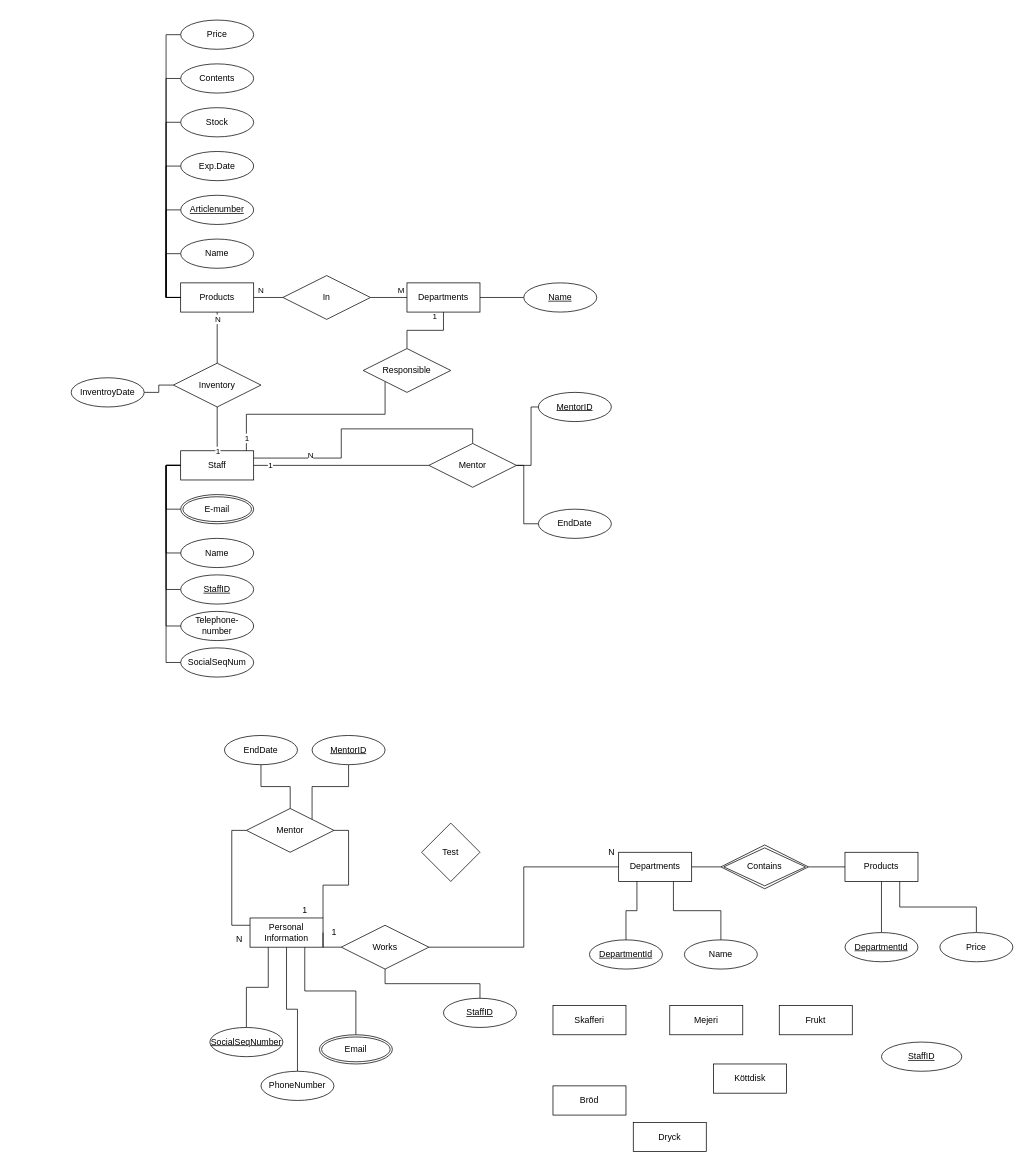
A-Lord/G5ERDIAG keeps this draw.io diagram as sojas.drawio. Above is the earlier version. Source tidied: cells renumbered, new cells numbered last; positions are measured from the earlier drawing's top-left corner, leaving out a move shared by most shapes. Both pictures are drawn from the tidied source at 73%, with x=0, y=0 at pixel (71, 20).
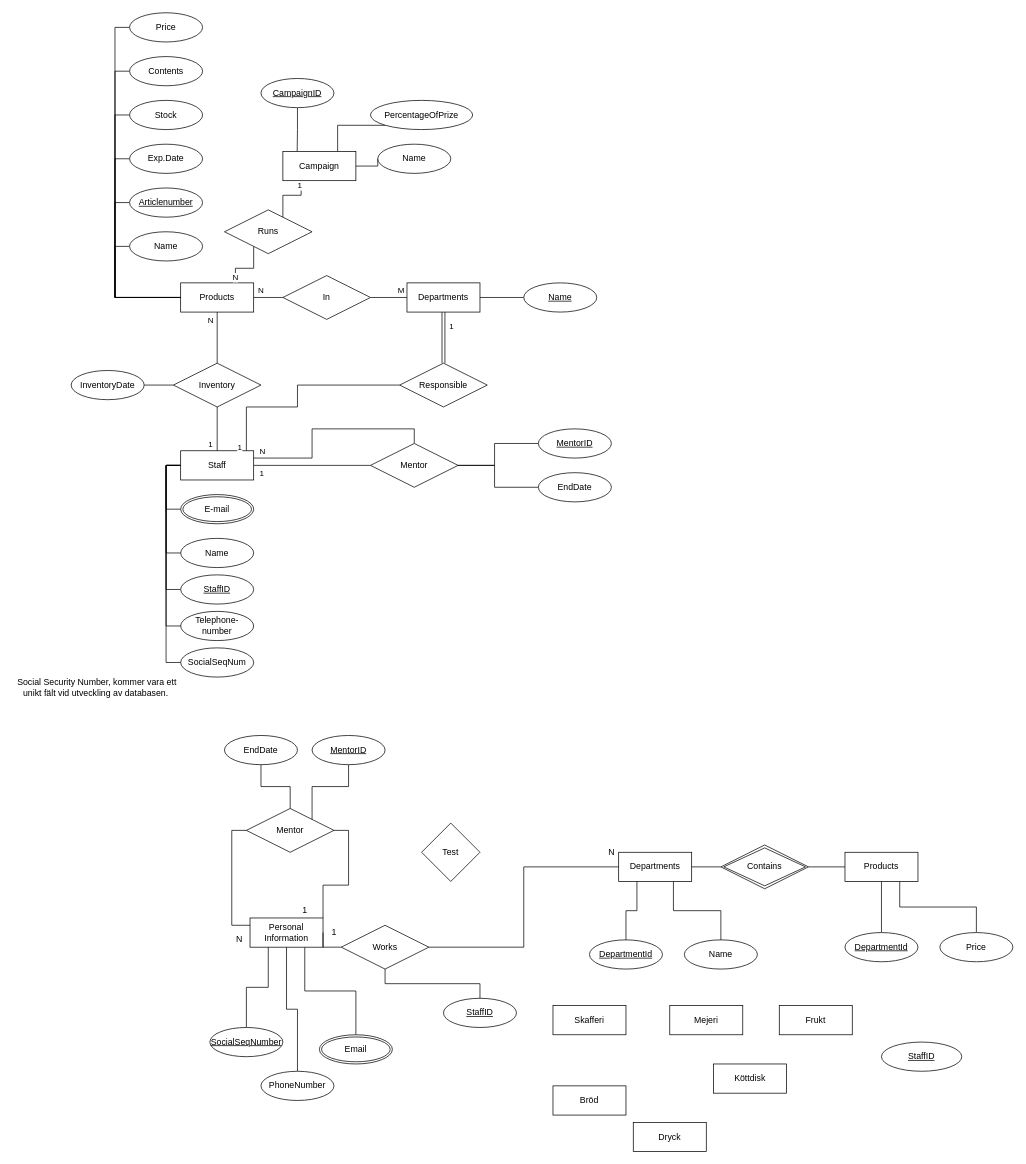
The same diagram, later.

The change refers to these unchanged cells:
```xml
<mxCell id="48" style="edgeStyle=orthogonalEdgeStyle;rounded=0;jettySize=auto;html=1;exitX=1;exitY=0.5;exitDx=0;exitDy=0;entryX=0;entryY=0.5;entryDx=0;entryDy=0;endArrow=none;endFill=0;" parent="1" edge="1" source="54" target="60">
  <mxGeometry relative="1" as="geometry" />
</mxCell>
<mxCell id="54" value="Staff" style="whiteSpace=wrap;html=1;align=center;" parent="1" vertex="1">
  <mxGeometry x="150" y="590" width="100" height="40" as="geometry" />
</mxCell>
<mxCell id="69" value="Departments" style="whiteSpace=wrap;html=1;align=center;hachureGap=4;" parent="1" vertex="1">
  <mxGeometry x="460" y="360" width="100" height="40" as="geometry" />
</mxCell>
<mxCell id="76" value="Products" style="whiteSpace=wrap;html=1;align=center;hachureGap=4;" parent="1" vertex="1">
  <mxGeometry x="150" y="360" width="100" height="40" as="geometry" />
</mxCell>
<mxCell id="77" style="edgeStyle=orthogonalEdgeStyle;rounded=0;jettySize=auto;html=1;exitX=0.5;exitY=1;exitDx=0;exitDy=0;entryX=0.5;entryY=0;entryDx=0;entryDy=0;endArrow=none;endFill=0;sourcePerimeterSpacing=8;targetPerimeterSpacing=8;" parent="1" edge="1" source="80" target="54">
  <mxGeometry relative="1" as="geometry">
    <Array as="points">
      <mxPoint x="200" y="590" />
    </Array>
  </mxGeometry>
</mxCell>
<mxCell id="80" value="Inventory" style="shape=rhombus;perimeter=rhombusPerimeter;whiteSpace=wrap;html=1;align=center;hachureGap=4;" parent="1" vertex="1">
  <mxGeometry x="140" y="470" width="120" height="60" as="geometry" />
</mxCell>
```

Diff of the diagram source:
```diff
@@
     <mxCell id="49" value="1" style="edgeLabel;html=1;align=center;verticalAlign=middle;" parent="48" vertex="1">
-      <mxGeometry x="-0.82" y="1" relative="1" as="geometry" />
+      <mxGeometry x="-0.82" y="1" relative="1" as="geometry">
+        <mxPoint x="-4" y="11" as="offset" />
+      </mxGeometry>
     </mxCell>
@@
     <mxCell id="57" style="edgeStyle=orthogonalEdgeStyle;rounded=0;jettySize=auto;html=1;exitX=0.5;exitY=0;exitDx=0;exitDy=0;endArrow=none;endFill=0;entryX=1;entryY=0.25;entryDx=0;entryDy=0;" parent="1" edge="1" source="60" target="54">
       <mxGeometry relative="1" as="geometry">
         <Array as="points">
-          <mxPoint x="550" y="560" />
-          <mxPoint x="370" y="560" />
-          <mxPoint x="370" y="600" />
+          <mxPoint x="470" y="560" />
+          <mxPoint x="330" y="560" />
+          <mxPoint x="330" y="600" />
         </Array>
       </mxGeometry>
     </mxCell>
     <mxCell id="58" value="N" style="edgeLabel;html=1;align=center;verticalAlign=middle;" parent="57" vertex="1">
       <mxGeometry x="0.58" y="-1" relative="1" as="geometry">
-        <mxPoint x="1" y="-4" as="offset" />
+        <mxPoint x="-48" y="-9" as="offset" />
       </mxGeometry>
     </mxCell>
     <mxCell id="59" style="edgeStyle=orthogonalEdgeStyle;rounded=0;jettySize=auto;html=1;exitX=1;exitY=0.5;exitDx=0;exitDy=0;entryX=0;entryY=0.5;entryDx=0;entryDy=0;endArrow=none;endFill=0;" parent="1" edge="1" source="60" target="62">
       <mxGeometry relative="1" as="geometry">
         <Array as="points">
-          <mxPoint x="630" y="610" />
-          <mxPoint x="630" y="530" />
+          <mxPoint x="580" y="610" />
+          <mxPoint x="580" y="580" />
         </Array>
       </mxGeometry>
     </mxCell>
     <mxCell id="60" value="Mentor" style="shape=rhombus;perimeter=rhombusPerimeter;whiteSpace=wrap;html=1;align=center;" parent="1" vertex="1">
-      <mxGeometry x="490" y="580" width="120" height="60" as="geometry" />
+      <mxGeometry x="410" y="580" width="120" height="60" as="geometry" />
     </mxCell>
@@
     <mxCell id="62" value="MentorID" style="ellipse;whiteSpace=wrap;html=1;align=center;fontStyle=4;hachureGap=4;" parent="1" vertex="1">
-      <mxGeometry x="640" y="510" width="100" height="40" as="geometry" />
+      <mxGeometry x="640" y="560" width="100" height="40" as="geometry" />
     </mxCell>
     <mxCell id="63" style="edgeStyle=orthogonalEdgeStyle;rounded=0;jettySize=auto;html=1;exitX=0;exitY=0.5;exitDx=0;exitDy=0;entryX=1;entryY=0.5;entryDx=0;entryDy=0;endArrow=none;endFill=0;sourcePerimeterSpacing=8;targetPerimeterSpacing=8;" parent="1" edge="1" source="64" target="60">
       <mxGeometry relative="1" as="geometry">
         <Array as="points">
-          <mxPoint x="620" y="690" />
-          <mxPoint x="620" y="610" />
+          <mxPoint x="580" y="640" />
+          <mxPoint x="580" y="610" />
         </Array>
       </mxGeometry>
     </mxCell>
     <mxCell id="64" value="EndDate" style="ellipse;whiteSpace=wrap;html=1;align=center;hachureGap=4;" parent="1" vertex="1">
-      <mxGeometry x="640" y="670" width="100" height="40" as="geometry" />
+      <mxGeometry x="640" y="620" width="100" height="40" as="geometry" />
     </mxCell>
-    <mxCell id="65" style="edgeStyle=orthogonalEdgeStyle;rounded=0;jettySize=auto;html=1;exitX=0.5;exitY=1;exitDx=0;exitDy=0;entryX=0.5;entryY=0;entryDx=0;entryDy=0;endArrow=none;endFill=0;sourcePerimeterSpacing=8;targetPerimeterSpacing=8;" parent="1" edge="1" source="69" target="84">
+    <mxCell id="65" style="edgeStyle=orthogonalEdgeStyle;rounded=0;jettySize=auto;html=1;exitX=0.5;exitY=1;exitDx=0;exitDy=0;entryX=0.5;entryY=0;entryDx=0;entryDy=0;endArrow=none;endFill=0;sourcePerimeterSpacing=8;targetPerimeterSpacing=8;shape=link;" parent="1" edge="1" source="69" target="84">
       <mxGeometry relative="1" as="geometry" />
     </mxCell>
     <mxCell id="66" value="1" style="edgeLabel;html=1;align=center;verticalAlign=middle;" parent="65" vertex="1">
       <mxGeometry x="-0.23" relative="1" as="geometry">
-        <mxPoint x="1" y="-20" as="offset" />
+        <mxPoint x="10" y="-9" as="offset" />
       </mxGeometry>
     </mxCell>
@@
-    <mxCell id="72" style="edgeStyle=orthogonalEdgeStyle;rounded=0;jettySize=auto;html=1;exitX=0.5;exitY=1;exitDx=0;exitDy=0;entryX=0.5;entryY=0;entryDx=0;entryDy=0;endArrow=none;endFill=0;sourcePerimeterSpacing=8;targetPerimeterSpacing=8;" parent="1" edge="1" source="76" target="80">
+    <mxCell id="72" style="edgeStyle=orthogonalEdgeStyle;rounded=0;jettySize=auto;html=1;exitX=0.5;exitY=1;exitDx=0;exitDy=0;endArrow=none;endFill=0;sourcePerimeterSpacing=8;targetPerimeterSpacing=8;entryX=0.5;entryY=0;entryDx=0;entryDy=0;" parent="1" edge="1" source="76" target="80">
       <mxGeometry relative="1" as="geometry" />
     </mxCell>
     <mxCell id="73" value="N" style="edgeLabel;html=1;align=center;verticalAlign=middle;" parent="72" vertex="1">
-      <mxGeometry x="-0.74" relative="1" as="geometry" />
+      <mxGeometry x="-0.74" relative="1" as="geometry">
+        <mxPoint x="-10" y="1" as="offset" />
+      </mxGeometry>
     </mxCell>
@@
     <mxCell id="78" value="1" style="edgeLabel;html=1;align=center;verticalAlign=middle;" parent="77" vertex="1">
       <mxGeometry x="0.5" relative="1" as="geometry">
-        <mxPoint y="15" as="offset" />
+        <mxPoint x="-10" y="5" as="offset" />
       </mxGeometry>
     </mxCell>
     <mxCell id="79" style="edgeStyle=orthogonalEdgeStyle;rounded=0;jettySize=auto;html=1;exitX=0;exitY=0.5;exitDx=0;exitDy=0;entryX=1;entryY=0.5;entryDx=0;entryDy=0;endArrow=none;endFill=0;sourcePerimeterSpacing=8;targetPerimeterSpacing=8;" parent="1" edge="1" source="80" target="81">
-      <mxGeometry relative="1" as="geometry" />
+      <mxGeometry relative="1" as="geometry">
+        <Array as="points">
+          <mxPoint x="100" y="500" />
+        </Array>
+      </mxGeometry>
     </mxCell>
@@
-    <mxCell id="81" value="InventroyDate" style="ellipse;whiteSpace=wrap;html=1;align=center;hachureGap=4;" parent="1" vertex="1">
-      <mxGeometry y="490" width="100" height="40" as="geometry" />
+    <mxCell id="81" value="InventoryDate" style="ellipse;whiteSpace=wrap;html=1;align=center;hachureGap=4;" parent="1" vertex="1">
+      <mxGeometry y="480" width="100" height="40" as="geometry" />
     </mxCell>
-    <mxCell id="82" style="edgeStyle=orthogonalEdgeStyle;rounded=0;jettySize=auto;html=1;exitX=0;exitY=1;exitDx=0;exitDy=0;endArrow=none;endFill=0;sourcePerimeterSpacing=8;targetPerimeterSpacing=8;" parent="1" edge="1" source="84">
+    <mxCell id="82" style="edgeStyle=orthogonalEdgeStyle;rounded=0;jettySize=auto;html=1;exitX=0;exitY=0.5;exitDx=0;exitDy=0;endArrow=none;endFill=0;sourcePerimeterSpacing=8;targetPerimeterSpacing=8;" parent="1" edge="1" source="84">
       <mxGeometry relative="1" as="geometry">
         <mxPoint x="240" y="590" as="targetPoint" />
         <Array as="points">
-          <mxPoint x="430" y="540" />
-          <mxPoint x="240" y="540" />
+          <mxPoint x="310" y="500" />
+          <mxPoint x="310" y="530" />
+          <mxPoint x="240" y="530" />
         </Array>
       </mxGeometry>
     </mxCell>
     <mxCell id="83" value="1" style="edgeLabel;html=1;align=center;verticalAlign=middle;" parent="82" vertex="1">
       <mxGeometry x="0.82" y="2" relative="1" as="geometry">
-        <mxPoint x="-2" y="8" as="offset" />
+        <mxPoint x="-12" y="22" as="offset" />
       </mxGeometry>
     </mxCell>
     <mxCell id="84" value="Responsible" style="shape=rhombus;perimeter=rhombusPerimeter;whiteSpace=wrap;html=1;align=center;hachureGap=4;" parent="1" vertex="1">
-      <mxGeometry x="400" y="450" width="120" height="60" as="geometry" />
+      <mxGeometry x="450" y="470" width="120" height="60" as="geometry" />
     </mxCell>
     <mxCell id="85" value="Name" style="ellipse;whiteSpace=wrap;html=1;align=center;" parent="1" vertex="1">
-      <mxGeometry x="150" y="300" width="100" height="40" as="geometry" />
+      <mxGeometry x="80" y="290" width="100" height="40" as="geometry" />
     </mxCell>
@@
     <mxCell id="89" value="Exp.Date" style="ellipse;whiteSpace=wrap;html=1;align=center;" parent="1" vertex="1">
-      <mxGeometry x="150" y="180" width="100" height="40" as="geometry" />
+      <mxGeometry x="80" y="170" width="100" height="40" as="geometry" />
     </mxCell>
@@
     <mxCell id="92" value="Articlenumber" style="ellipse;whiteSpace=wrap;html=1;align=center;fontStyle=4;" parent="1" vertex="1">
-      <mxGeometry x="150" y="240" width="100" height="40" as="geometry" />
+      <mxGeometry x="80" y="230" width="100" height="40" as="geometry" />
     </mxCell>
@@
     <mxCell id="94" value="Stock" style="ellipse;whiteSpace=wrap;html=1;align=center;" parent="1" vertex="1">
-      <mxGeometry x="150" y="120" width="100" height="40" as="geometry" />
+      <mxGeometry x="80" y="110" width="100" height="40" as="geometry" />
     </mxCell>
@@
     <mxCell id="96" value="Price" style="ellipse;whiteSpace=wrap;html=1;align=center;" parent="1" vertex="1">
-      <mxGeometry x="150" width="100" height="40" as="geometry" />
+      <mxGeometry x="80" y="-10" width="100" height="40" as="geometry" />
     </mxCell>
@@
     <mxCell id="98" value="Contents" style="ellipse;whiteSpace=wrap;html=1;align=center;" parent="1" vertex="1">
-      <mxGeometry x="150" y="60" width="100" height="40" as="geometry" />
+      <mxGeometry x="80" y="50" width="100" height="40" as="geometry" />
     </mxCell>
+    <mxCell id="99" style="edgeStyle=orthogonalEdgeStyle;rounded=0;jettySize=auto;html=1;exitX=0.5;exitY=1;exitDx=0;exitDy=0;entryX=0.196;entryY=0;entryDx=0;entryDy=0;entryPerimeter=0;endArrow=none;endFill=0;sourcePerimeterSpacing=8;targetPerimeterSpacing=8;" parent="1" edge="1" source="108" target="102">
+      <mxGeometry relative="1" as="geometry" />
+    </mxCell>
+    <mxCell id="100" value="N" style="edgeStyle=orthogonalEdgeStyle;rounded=0;jettySize=auto;html=1;exitX=0.25;exitY=1;exitDx=0;exitDy=0;entryX=0.75;entryY=0;entryDx=0;entryDy=0;endArrow=none;endFill=0;targetPerimeterSpacing=8;startArrow=none;" parent="1" edge="1" source="105" target="76">
+      <mxGeometry x="0.83" relative="1" as="geometry">
+        <mxPoint y="-1" as="offset" />
+      </mxGeometry>
+    </mxCell>
+    <mxCell id="101" style="edgeStyle=orthogonalEdgeStyle;rounded=0;jettySize=auto;html=1;exitX=1;exitY=0.5;exitDx=0;exitDy=0;entryX=0;entryY=0.5;entryDx=0;entryDy=0;endArrow=none;endFill=0;sourcePerimeterSpacing=8;targetPerimeterSpacing=8;" parent="1" edge="1" source="102" target="109">
+      <mxGeometry relative="1" as="geometry" />
+    </mxCell>
+    <mxCell id="102" value="Campaign" style="whiteSpace=wrap;html=1;align=center;hachureGap=4;" parent="1" vertex="1">
+      <mxGeometry x="290" y="180" width="100" height="40" as="geometry" />
+    </mxCell>
+    <mxCell id="103" style="edgeStyle=orthogonalEdgeStyle;rounded=0;jettySize=auto;html=1;exitX=0;exitY=1;exitDx=0;exitDy=0;entryX=0.75;entryY=0;entryDx=0;entryDy=0;endArrow=none;endFill=0;sourcePerimeterSpacing=8;targetPerimeterSpacing=8;" parent="1" edge="1" source="104" target="102">
+      <mxGeometry relative="1" as="geometry" />
+    </mxCell>
+    <mxCell id="104" value="PercentageOfPrize" style="ellipse;whiteSpace=wrap;html=1;align=center;hachureGap=4;" parent="1" vertex="1">
+      <mxGeometry x="410" y="110" width="140" height="40" as="geometry" />
+    </mxCell>
+    <mxCell id="105" value="Runs" style="shape=rhombus;perimeter=rhombusPerimeter;whiteSpace=wrap;html=1;align=center;hachureGap=4;" parent="1" vertex="1">
+      <mxGeometry x="210" y="260" width="120" height="60" as="geometry" />
+    </mxCell>
+    <mxCell id="106" style="edgeStyle=orthogonalEdgeStyle;rounded=0;jettySize=auto;html=1;exitX=0.25;exitY=1;exitDx=0;exitDy=0;entryX=0.75;entryY=0;entryDx=0;entryDy=0;endArrow=none;endFill=0;sourcePerimeterSpacing=8;" parent="1" edge="1" source="102" target="105">
+      <mxGeometry x="0.83" relative="1" as="geometry">
+        <mxPoint y="-1" as="offset" />
+      </mxGeometry>
+    </mxCell>
+    <mxCell id="107" value="1" style="edgeLabel;html=1;align=center;verticalAlign=middle;" parent="106" vertex="1">
+      <mxGeometry x="-0.84" y="-3" relative="1" as="geometry" />
+    </mxCell>
+    <mxCell id="108" value="CampaignID" style="ellipse;whiteSpace=wrap;html=1;align=center;fontStyle=4;hachureGap=4;" parent="1" vertex="1">
+      <mxGeometry x="260" y="80" width="100" height="40" as="geometry" />
+    </mxCell>
+    <mxCell id="109" value="Name" style="ellipse;whiteSpace=wrap;html=1;align=center;hachureGap=4;" parent="1" vertex="1">
+      <mxGeometry x="420" y="170" width="100" height="40" as="geometry" />
+    </mxCell>
+    <mxCell id="110" value="Social Security Number, kommer vara ett&lt;br&gt;unikt fält vid utveckling av databasen.&amp;nbsp;" style="text;html=1;align=center;verticalAlign=middle;strokeColor=none;fillColor=none;hachureGap=4;" parent="1" vertex="1">
+      <mxGeometry x="-80" y="900" width="230" height="30" as="geometry" />
+    </mxCell>
```
